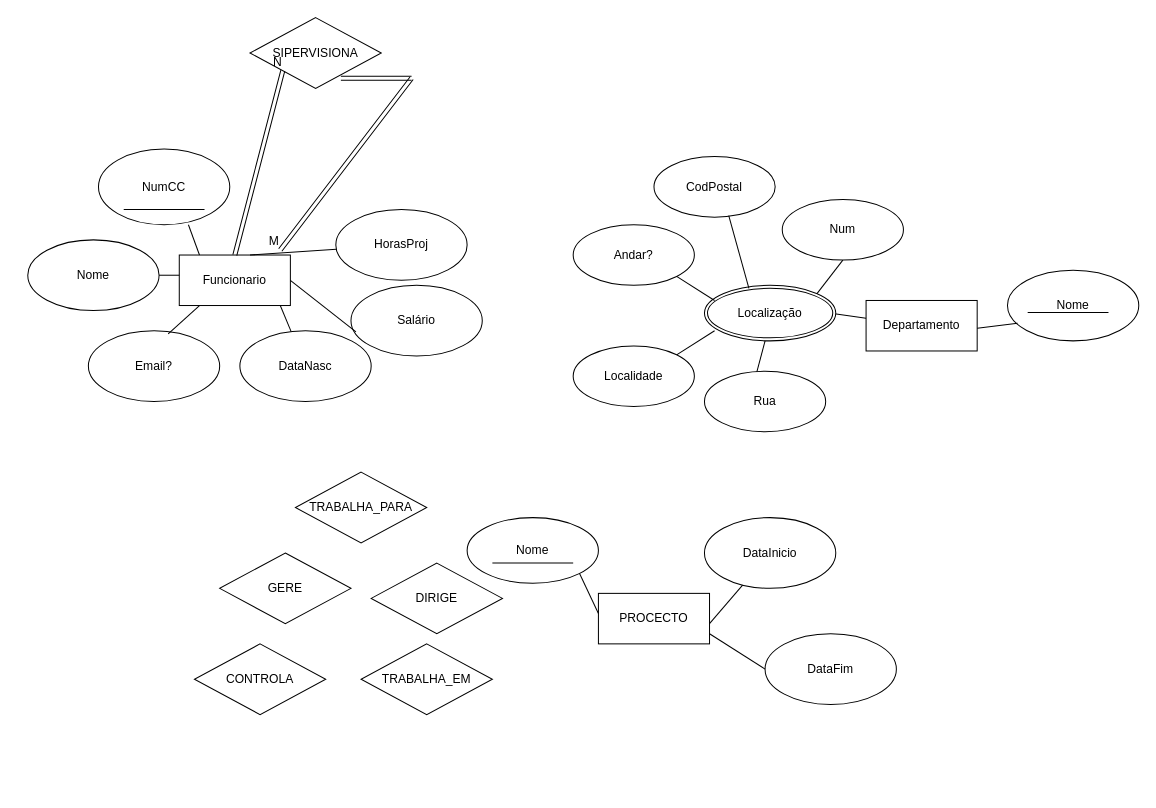
The draw.io diagram BD empresa.drawio in RubenA2109/diagramas, before the edit. Source tidied: cells renumbered, new cells numbered last; positions are measured from the earlier drawing's top-left corner, leaving out a move shared by most shapes. Both pictures are drawn from the tidied source at 101%, with x=0, y=0 at pixel (27, 17).
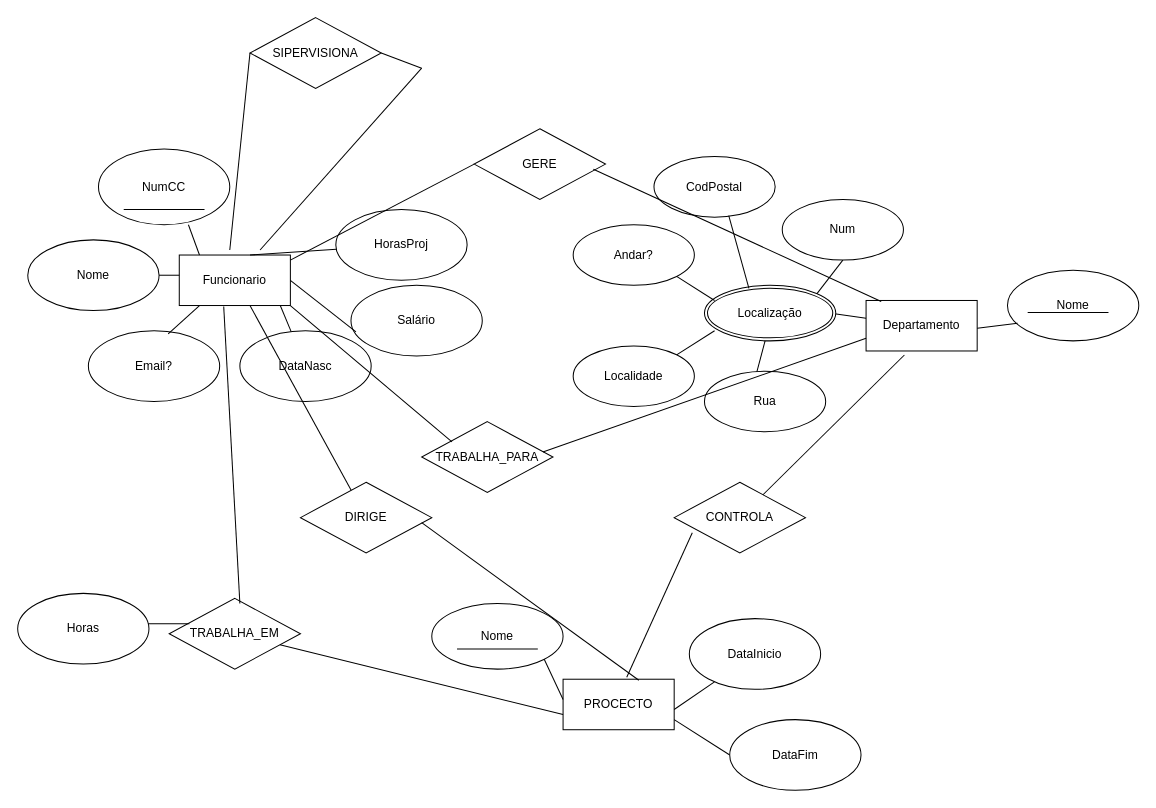
After the change.

The change refers to these unchanged cells:
```xml
<mxCell id="2" value="Funcionario" style="whiteSpace=wrap;html=1;align=center;" parent="1" vertex="1">
  <mxGeometry x="150" y="235" width="110" height="50" as="geometry" />
</mxCell>
<mxCell id="4" value="Departamento" style="whiteSpace=wrap;html=1;align=center;" parent="1" vertex="1">
  <mxGeometry x="830" y="280" width="110" height="50" as="geometry" />
</mxCell>
<mxCell id="40" value="SIPERVISIONA" style="shape=rhombus;perimeter=rhombusPerimeter;whiteSpace=wrap;html=1;align=center;" parent="1" vertex="1">
  <mxGeometry x="220" width="130" height="70" as="geometry" />
</mxCell>
```

The edit, as a diff of the source:
```diff
@@
     <mxCell id="3" value="PROCECTO" style="whiteSpace=wrap;html=1;align=center;" parent="1" vertex="1">
-      <mxGeometry x="565" y="570" width="110" height="50" as="geometry" />
+      <mxGeometry x="530" y="655" width="110" height="50" as="geometry" />
     </mxCell>
@@
     <mxCell id="21" value="DataInicio" style="ellipse;whiteSpace=wrap;html=1;" parent="1" vertex="1">
-      <mxGeometry x="670" y="495" width="130" height="70" as="geometry" />
+      <mxGeometry x="655" y="595" width="130" height="70" as="geometry" />
     </mxCell>
     <mxCell id="22" value="Nome" style="ellipse;whiteSpace=wrap;html=1;" parent="1" vertex="1">
-      <mxGeometry x="435" y="495" width="130" height="65" as="geometry" />
+      <mxGeometry x="400" y="580" width="130" height="65" as="geometry" />
     </mxCell>
     <mxCell id="23" style="endArrow=none;html=1;rounded=0;exitX=1;exitY=1;exitDx=0;exitDy=0;" parent="1" edge="1" source="22">
       <mxGeometry relative="1" as="geometry">
-        <mxPoint x="565" y="590" as="targetPoint" />
+        <mxPoint x="530" y="675" as="targetPoint" />
       </mxGeometry>
     </mxCell>
     <mxCell id="24" style="endArrow=none;html=1;rounded=0;" parent="1" edge="1" target="21">
       <mxGeometry relative="1" as="geometry">
-        <mxPoint x="675" y="600" as="sourcePoint" />
+        <mxPoint x="640" y="685" as="sourcePoint" />
       </mxGeometry>
     </mxCell>
@@
     <mxCell id="35" style="endArrow=none;html=1;rounded=0;" parent="1" edge="1">
       <mxGeometry relative="1" as="geometry">
-        <mxPoint x="540" y="540" as="sourcePoint" />
-        <mxPoint x="460" y="540" as="targetPoint" />
+        <mxPoint x="505" y="625" as="sourcePoint" />
+        <mxPoint x="425" y="625" as="targetPoint" />
       </mxGeometry>
     </mxCell>
     <mxCell id="36" style="endArrow=none;html=1;rounded=0;exitX=0;exitY=0.5;exitDx=0;exitDy=0;" parent="1" edge="1" source="37">
       <mxGeometry relative="1" as="geometry">
-        <mxPoint x="675" y="610" as="targetPoint" />
+        <mxPoint x="640" y="695" as="targetPoint" />
       </mxGeometry>
     </mxCell>
     <mxCell id="37" value="DataFim" style="ellipse;whiteSpace=wrap;html=1;" parent="1" vertex="1">
-      <mxGeometry x="730" y="610" width="130" height="70" as="geometry" />
+      <mxGeometry x="695" y="695" width="130" height="70" as="geometry" />
     </mxCell>
@@
     <mxCell id="41" value="TRABALHA_PARA" style="shape=rhombus;perimeter=rhombusPerimeter;whiteSpace=wrap;html=1;align=center;" parent="1" vertex="1">
-      <mxGeometry x="265" y="450" width="130" height="70" as="geometry" />
+      <mxGeometry x="390" y="400" width="130" height="70" as="geometry" />
     </mxCell>
     <mxCell id="42" value="GERE" style="shape=rhombus;perimeter=rhombusPerimeter;whiteSpace=wrap;html=1;align=center;" parent="1" vertex="1">
-      <mxGeometry x="190" y="530" width="130" height="70" as="geometry" />
+      <mxGeometry x="442" y="110" width="130" height="70" as="geometry" />
     </mxCell>
     <mxCell id="43" value="CONTROLA" style="shape=rhombus;perimeter=rhombusPerimeter;whiteSpace=wrap;html=1;align=center;" parent="1" vertex="1">
-      <mxGeometry x="165" y="620" width="130" height="70" as="geometry" />
+      <mxGeometry x="640" y="460" width="130" height="70" as="geometry" />
     </mxCell>
     <mxCell id="44" value="DIRIGE" style="shape=rhombus;perimeter=rhombusPerimeter;whiteSpace=wrap;html=1;align=center;" parent="1" vertex="1">
-      <mxGeometry x="340" y="540" width="130" height="70" as="geometry" />
+      <mxGeometry x="270" y="460" width="130" height="70" as="geometry" />
     </mxCell>
     <mxCell id="45" value="TRABALHA_EM" style="shape=rhombus;perimeter=rhombusPerimeter;whiteSpace=wrap;html=1;align=center;" parent="1" vertex="1">
-      <mxGeometry x="330" y="620" width="130" height="70" as="geometry" />
+      <mxGeometry x="140" y="575" width="130" height="70" as="geometry" />
     </mxCell>
-    <mxCell id="46" style="shape=link;html=1;rounded=0;entryX=0;entryY=1;entryDx=0;entryDy=0;exitX=0.5;exitY=0;exitDx=0;exitDy=0;" parent="1" edge="1" source="2" target="40">
-      <mxGeometry relative="1" as="geometry" />
-    </mxCell>
-    <mxCell id="47" value="N" style="html=1;whiteSpace=wrap;align=right;verticalAlign=bottom;" parent="46" vertex="1">
-      <mxGeometry x="1" relative="1" as="geometry" />
-    </mxCell>
-    <mxCell id="48" style="shape=link;html=1;rounded=0;" parent="1" edge="1">
-      <mxGeometry relative="1" as="geometry">
-        <mxPoint x="310" y="60" as="sourcePoint" />
-        <mxPoint x="380" y="60" as="targetPoint" />
-      </mxGeometry>
-    </mxCell>
-    <mxCell id="49" style="html=1;whiteSpace=wrap;align=right;verticalAlign=bottom;" parent="48" vertex="1">
-      <mxGeometry x="1" relative="1" as="geometry" />
-    </mxCell>
-    <mxCell id="50" style="shape=link;html=1;rounded=0;" parent="1" edge="1">
-      <mxGeometry relative="1" as="geometry">
-        <mxPoint x="380" y="60" as="sourcePoint" />
-        <mxPoint x="250" y="230" as="targetPoint" />
-      </mxGeometry>
-    </mxCell>
-    <mxCell id="51" value="M" style="html=1;whiteSpace=wrap;align=right;verticalAlign=bottom;" parent="50" vertex="1">
-      <mxGeometry x="1" relative="1" as="geometry" />
-    </mxCell>
+    <mxCell id="52" style="endArrow=none;html=1;rounded=0;entryX=0;entryY=0.5;entryDx=0;entryDy=0;" parent="1" edge="1" target="40">
+      <mxGeometry relative="1" as="geometry">
+        <mxPoint x="200" y="230" as="sourcePoint" />
+      </mxGeometry>
+    </mxCell>
+    <mxCell id="53" style="endArrow=none;html=1;rounded=0;exitX=1;exitY=0.5;exitDx=0;exitDy=0;" parent="1" edge="1" source="40">
+      <mxGeometry relative="1" as="geometry">
+        <mxPoint x="390" y="50" as="targetPoint" />
+      </mxGeometry>
+    </mxCell>
+    <mxCell id="54" style="endArrow=none;html=1;rounded=0;" parent="1" edge="1">
+      <mxGeometry relative="1" as="geometry">
+        <mxPoint x="230" y="230" as="sourcePoint" />
+        <mxPoint x="390" y="50" as="targetPoint" />
+      </mxGeometry>
+    </mxCell>
+    <mxCell id="55" style="endArrow=none;html=1;rounded=0;exitX=1;exitY=1;exitDx=0;exitDy=0;" parent="1" edge="1" source="2">
+      <mxGeometry relative="1" as="geometry">
+        <mxPoint x="420" y="420" as="targetPoint" />
+      </mxGeometry>
+    </mxCell>
+    <mxCell id="56" style="endArrow=none;html=1;rounded=0;entryX=0;entryY=0.75;entryDx=0;entryDy=0;" parent="1" edge="1" target="4">
+      <mxGeometry relative="1" as="geometry">
+        <mxPoint x="510" y="430" as="sourcePoint" />
+      </mxGeometry>
+    </mxCell>
+    <mxCell id="57" style="endArrow=none;html=1;rounded=0;entryX=0;entryY=0.5;entryDx=0;entryDy=0;" parent="1" edge="1" target="42">
+      <mxGeometry relative="1" as="geometry">
+        <mxPoint x="260" y="240" as="sourcePoint" />
+      </mxGeometry>
+    </mxCell>
+    <mxCell id="58" style="endArrow=none;html=1;rounded=0;exitX=0.136;exitY=0.02;exitDx=0;exitDy=0;exitPerimeter=0;" parent="1" edge="1" source="4">
+      <mxGeometry relative="1" as="geometry">
+        <mxPoint x="560" y="150" as="targetPoint" />
+      </mxGeometry>
+    </mxCell>
+    <mxCell id="59" style="endArrow=none;html=1;rounded=0;entryX=0.138;entryY=0.714;entryDx=0;entryDy=0;entryPerimeter=0;exitX=0.573;exitY=-0.04;exitDx=0;exitDy=0;exitPerimeter=0;" parent="1" edge="1" source="3" target="43">
+      <mxGeometry relative="1" as="geometry" />
+    </mxCell>
+    <mxCell id="60" style="endArrow=none;html=1;rounded=0;entryX=0.345;entryY=1.08;entryDx=0;entryDy=0;entryPerimeter=0;" parent="1" edge="1" source="43" target="4">
+      <mxGeometry relative="1" as="geometry" />
+    </mxCell>
+    <mxCell id="61" style="endArrow=none;html=1;rounded=0;" parent="1" edge="1" source="44">
+      <mxGeometry relative="1" as="geometry">
+        <mxPoint x="220" y="285" as="targetPoint" />
+      </mxGeometry>
+    </mxCell>
+    <mxCell id="62" style="endArrow=none;html=1;rounded=0;exitX=0.682;exitY=0.02;exitDx=0;exitDy=0;exitPerimeter=0;" parent="1" edge="1" source="3">
+      <mxGeometry relative="1" as="geometry">
+        <mxPoint x="390" y="500" as="targetPoint" />
+      </mxGeometry>
+    </mxCell>
+    <mxCell id="63" style="endArrow=none;html=1;rounded=0;entryX=0.4;entryY=1.02;entryDx=0;entryDy=0;entryPerimeter=0;" parent="1" edge="1" target="2">
+      <mxGeometry relative="1" as="geometry">
+        <mxPoint x="210" y="580" as="sourcePoint" />
+      </mxGeometry>
+    </mxCell>
+    <mxCell id="64" style="endArrow=none;html=1;rounded=0;" parent="1" edge="1" source="45">
+      <mxGeometry relative="1" as="geometry">
+        <mxPoint x="530" y="690" as="targetPoint" />
+      </mxGeometry>
+    </mxCell>
+    <mxCell id="65" style="endArrow=none;html=1;rounded=0;" parent="1" edge="1">
+      <mxGeometry relative="1" as="geometry">
+        <mxPoint x="100" y="600" as="sourcePoint" />
+        <mxPoint x="160" y="600" as="targetPoint" />
+      </mxGeometry>
+    </mxCell>
+    <mxCell id="66" value="Horas" style="ellipse;whiteSpace=wrap;html=1;" parent="1" vertex="1">
+      <mxGeometry x="-10" y="570" width="130" height="70" as="geometry" />
+    </mxCell>
```
